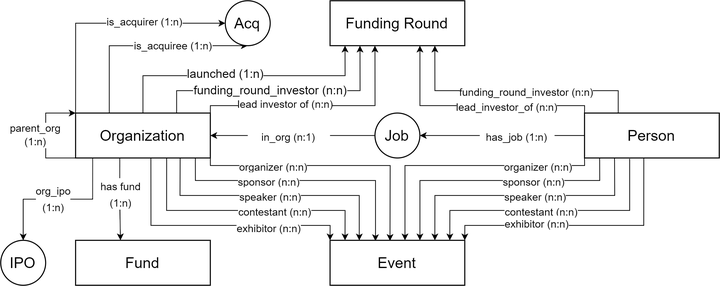
SilvesterYu/FinQA_Vis keeps this draw.io diagram as edited_graph_vis.drawio.png. Above is the earlier version. Source tidied: cells renumbered, new cells last; positions are measured from the earlier drawing's top-left corner, leaving out a move shared by most shapes. The source it was exported from:
```xml
<mxGraphModel>
  <root>
    <mxCell id="0" />
    <mxCell id="1" parent="0" />
    <mxCell id="2" style="endArrow=classic;html=1;rounded=0;exitX=0;exitY=0.5;exitDx=0;exitDy=0;entryX=1;entryY=0.5;entryDx=0;entryDy=0;startArrow=none;endSize=3;strokeWidth=0.5;" parent="1" edge="1" source="3" target="35">
      <mxGeometry relative="1" as="geometry" />
    </mxCell>
    <mxCell id="3" value="&lt;font style=&quot;&quot;&gt;&lt;font style=&quot;font-size: 7px;&quot;&gt;in_org (n:1)&lt;/font&gt;&lt;br&gt;&lt;/font&gt;" style="text;html=1;strokeColor=none;fillColor=none;align=center;verticalAlign=middle;whiteSpace=wrap;rounded=0;shadow=1;strokeWidth=0.5;" parent="1" vertex="1">
      <mxGeometry x="165" y="80" width="55" height="20" as="geometry" />
    </mxCell>
    <mxCell id="4" style="endArrow=none;html=1;rounded=0;exitX=0;exitY=0.5;exitDx=0;exitDy=0;entryX=1;entryY=0.5;entryDx=0;entryDy=0;endSize=3;strokeWidth=0.5;" parent="1" edge="1" source="8" target="3">
      <mxGeometry relative="1" as="geometry" />
    </mxCell>
    <mxCell id="5" value="&lt;font style=&quot;font-size: 10px;&quot;&gt;Funding Round&lt;/font&gt;" style="rounded=0;whiteSpace=wrap;html=1;strokeWidth=0.7;" parent="1" vertex="1">
      <mxGeometry x="220" width="90" height="30" as="geometry" />
    </mxCell>
    <mxCell id="6" style="edgeStyle=orthogonalEdgeStyle;rounded=0;jettySize=auto;html=1;exitX=0;exitY=0.5;exitDx=0;exitDy=0;entryX=1;entryY=0.5;entryDx=0;entryDy=0;startArrow=none;strokeWidth=0.5;endSize=3;" parent="1" edge="1" source="36" target="8">
      <mxGeometry relative="1" as="geometry" />
    </mxCell>
    <mxCell id="7" style="edgeStyle=orthogonalEdgeStyle;rounded=0;jettySize=auto;html=1;exitX=0;exitY=0.5;exitDx=0;exitDy=0;entryX=1;entryY=0.5;entryDx=0;entryDy=0;endArrow=none;strokeWidth=0.51;" parent="1" edge="1" source="52" target="36">
      <mxGeometry relative="1" as="geometry" />
    </mxCell>
    <mxCell id="8" value="&lt;font style=&quot;font-size: 10px;&quot;&gt;Job&lt;/font&gt;" style="ellipse;whiteSpace=wrap;html=1;strokeWidth=0.7;" parent="1" vertex="1">
      <mxGeometry x="250" y="75" width="30" height="30" as="geometry" />
    </mxCell>
    <mxCell id="9" style="edgeStyle=orthogonalEdgeStyle;rounded=0;jettySize=auto;html=1;exitX=1;exitY=0;exitDx=0;exitDy=0;entryX=0.333;entryY=1;entryDx=0;entryDy=0;entryPerimeter=0;endSize=3;strokeWidth=0.5;" parent="1" edge="1" source="35" target="5">
      <mxGeometry relative="1" as="geometry">
        <Array as="points">
          <mxPoint x="140" y="70" />
          <mxPoint x="250" y="70" />
        </Array>
      </mxGeometry>
    </mxCell>
    <mxCell id="10" value="&lt;font style=&quot;font-size: 7px;&quot;&gt;lead investor of (n:n)&lt;/font&gt;" style="edgeLabel;html=1;align=center;verticalAlign=middle;fontSize=9;" parent="9" vertex="1">
      <mxGeometry x="-0.48" y="2" relative="1" as="geometry">
        <mxPoint x="14" as="offset" />
      </mxGeometry>
    </mxCell>
    <mxCell id="11" style="edgeStyle=orthogonalEdgeStyle;rounded=0;jettySize=auto;html=1;exitX=0.75;exitY=0;exitDx=0;exitDy=0;entryX=0.222;entryY=1;entryDx=0;entryDy=0;entryPerimeter=0;strokeWidth=0.5;endSize=3;" parent="1" edge="1" source="35" target="5">
      <mxGeometry relative="1" as="geometry">
        <Array as="points">
          <mxPoint x="118" y="60" />
          <mxPoint x="240" y="60" />
        </Array>
      </mxGeometry>
    </mxCell>
    <mxCell id="12" value="&lt;font style=&quot;font-size: 8px;&quot;&gt;funding_round_investor (n:n)&lt;/font&gt;" style="edgeLabel;html=1;align=center;verticalAlign=middle;fontSize=8;" parent="11" vertex="1">
      <mxGeometry x="-0.52" y="2" relative="1" as="geometry">
        <mxPoint x="36" y="1" as="offset" />
      </mxGeometry>
    </mxCell>
    <mxCell id="13" style="edgeStyle=orthogonalEdgeStyle;rounded=0;jettySize=auto;html=1;exitX=0.5;exitY=0;exitDx=0;exitDy=0;entryX=0.111;entryY=1;entryDx=0;entryDy=0;entryPerimeter=0;endSize=3;strokeWidth=0.5;" parent="1" edge="1" source="35" target="5">
      <mxGeometry relative="1" as="geometry">
        <Array as="points">
          <mxPoint x="95" y="50" />
          <mxPoint x="230" y="50" />
        </Array>
      </mxGeometry>
    </mxCell>
    <mxCell id="14" value="&lt;font style=&quot;font-size: 8px;&quot;&gt;launched (1:n)&lt;/font&gt;" style="edgeLabel;html=1;align=center;verticalAlign=middle;fontSize=8;" parent="13" vertex="1">
      <mxGeometry x="-0.26" y="2" relative="1" as="geometry">
        <mxPoint x="13" as="offset" />
      </mxGeometry>
    </mxCell>
    <mxCell id="15" style="edgeStyle=orthogonalEdgeStyle;rounded=0;jettySize=auto;html=1;exitX=1;exitY=1;exitDx=0;exitDy=0;entryX=0.445;entryY=0.012;entryDx=0;entryDy=0;entryPerimeter=0;strokeWidth=0.5;endSize=3;" parent="1" edge="1" source="35" target="53">
      <mxGeometry relative="1" as="geometry">
        <Array as="points">
          <mxPoint x="140" y="110" />
          <mxPoint x="260" y="110" />
        </Array>
      </mxGeometry>
    </mxCell>
    <mxCell id="16" value="&lt;font style=&quot;font-size: 7px;&quot;&gt;organizer (n:n)&lt;/font&gt;" style="edgeLabel;html=1;align=center;verticalAlign=middle;fontSize=10;" parent="15" vertex="1">
      <mxGeometry x="-0.42" y="1" relative="1" as="geometry">
        <mxPoint x="-5" as="offset" />
      </mxGeometry>
    </mxCell>
    <mxCell id="17" style="edgeStyle=orthogonalEdgeStyle;rounded=0;jettySize=auto;html=1;exitX=0.889;exitY=1.001;exitDx=0;exitDy=0;entryX=0.337;entryY=0.017;entryDx=0;entryDy=0;entryPerimeter=0;exitPerimeter=0;strokeWidth=0.5;endSize=3;" parent="1" edge="1" source="35" target="53">
      <mxGeometry relative="1" as="geometry">
        <Array as="points">
          <mxPoint x="130" y="120" />
          <mxPoint x="250" y="120" />
        </Array>
      </mxGeometry>
    </mxCell>
    <mxCell id="18" value="&lt;font style=&quot;font-size: 7px;&quot;&gt;sponsor (n:n)&lt;/font&gt;" style="edgeLabel;html=1;align=center;verticalAlign=middle;fontSize=10;" parent="17" vertex="1">
      <mxGeometry x="-0.6" y="1" relative="1" as="geometry">
        <mxPoint x="28" as="offset" />
      </mxGeometry>
    </mxCell>
    <mxCell id="19" style="edgeStyle=orthogonalEdgeStyle;rounded=0;jettySize=auto;html=1;exitX=0.776;exitY=1.002;exitDx=0;exitDy=0;fontSize=10;exitPerimeter=0;entryX=0.217;entryY=0.002;entryDx=0;entryDy=0;entryPerimeter=0;strokeWidth=0.5;endSize=3;" parent="1" edge="1" source="35" target="53">
      <mxGeometry relative="1" as="geometry">
        <Array as="points">
          <mxPoint x="120" y="130" />
          <mxPoint x="239" y="130" />
        </Array>
      </mxGeometry>
    </mxCell>
    <mxCell id="20" value="&lt;font style=&quot;font-size: 7px;&quot;&gt;speaker (n:n)&lt;/font&gt;" style="edgeLabel;html=1;align=center;verticalAlign=middle;fontSize=10;" parent="19" vertex="1">
      <mxGeometry x="-0.18" y="1" relative="1" as="geometry">
        <mxPoint x="13" as="offset" />
      </mxGeometry>
    </mxCell>
    <mxCell id="21" style="edgeStyle=orthogonalEdgeStyle;rounded=0;jettySize=auto;html=1;exitX=0.559;exitY=1.007;exitDx=0;exitDy=0;entryX=0;entryY=0;entryDx=0;entryDy=0;fontSize=10;exitPerimeter=0;strokeWidth=0.5;endSize=3;" parent="1" edge="1" source="35" target="53">
      <mxGeometry relative="1" as="geometry">
        <Array as="points">
          <mxPoint x="100" y="150" />
          <mxPoint x="220" y="150" />
        </Array>
      </mxGeometry>
    </mxCell>
    <mxCell id="22" value="&lt;font style=&quot;font-size: 7px;&quot;&gt;exhibitor (n:n)&lt;/font&gt;" style="edgeLabel;html=1;align=center;verticalAlign=middle;fontSize=10;" parent="21" vertex="1">
      <mxGeometry x="0.33" y="1" relative="1" as="geometry">
        <mxPoint x="7" y="1" as="offset" />
      </mxGeometry>
    </mxCell>
    <mxCell id="23" style="edgeStyle=orthogonalEdgeStyle;rounded=0;jettySize=auto;html=1;exitX=0.676;exitY=0.993;exitDx=0;exitDy=0;entryX=0.111;entryY=0;entryDx=0;entryDy=0;entryPerimeter=0;fontSize=9;exitPerimeter=0;strokeWidth=0.5;endSize=3;" parent="1" edge="1" source="35" target="53">
      <mxGeometry relative="1" as="geometry">
        <Array as="points">
          <mxPoint x="111" y="140" />
          <mxPoint x="230" y="140" />
        </Array>
      </mxGeometry>
    </mxCell>
    <mxCell id="24" value="&lt;font style=&quot;font-size: 7px;&quot;&gt;contestant (n:n)&lt;/font&gt;" style="edgeLabel;html=1;align=center;verticalAlign=middle;fontSize=9;" parent="23" vertex="1">
      <mxGeometry x="-0.09" relative="1" as="geometry">
        <mxPoint x="28" as="offset" />
      </mxGeometry>
    </mxCell>
    <mxCell id="25" style="edgeStyle=orthogonalEdgeStyle;rounded=0;jettySize=auto;html=1;exitX=0.328;exitY=1.007;exitDx=0;exitDy=0;entryX=0.333;entryY=0;entryDx=0;entryDy=0;entryPerimeter=0;fontSize=9;exitPerimeter=0;strokeWidth=0.51;endSize=3;" parent="1" edge="1" source="35" target="37">
      <mxGeometry relative="1" as="geometry" />
    </mxCell>
    <mxCell id="26" value="&lt;font style=&quot;font-size: 7px;&quot;&gt;has fund&lt;br&gt;(1:n)&lt;/font&gt;" style="edgeLabel;html=1;align=center;verticalAlign=middle;fontSize=9;" parent="25" vertex="1">
      <mxGeometry x="-0.15" relative="1" as="geometry" />
    </mxCell>
    <mxCell id="27" style="edgeStyle=orthogonalEdgeStyle;rounded=0;jettySize=auto;html=1;exitX=0.127;exitY=1.004;exitDx=0;exitDy=0;entryX=0.5;entryY=0;entryDx=0;entryDy=0;fontSize=9;exitPerimeter=0;strokeWidth=0.5;endSize=3;" parent="1" edge="1" source="35" target="55">
      <mxGeometry relative="1" as="geometry" />
    </mxCell>
    <mxCell id="28" value="&lt;font style=&quot;font-size: 7px;&quot;&gt;org_ipo&lt;br&gt;(1:n)&lt;/font&gt;" style="edgeLabel;html=1;align=center;verticalAlign=middle;fontSize=9;" parent="27" vertex="1">
      <mxGeometry x="0.16" y="-1" relative="1" as="geometry">
        <mxPoint x="5" as="offset" />
      </mxGeometry>
    </mxCell>
    <mxCell id="29" style="edgeStyle=orthogonalEdgeStyle;rounded=0;jettySize=auto;html=1;exitX=0.25;exitY=0;exitDx=0;exitDy=0;entryX=0.5;entryY=1;entryDx=0;entryDy=0;fontSize=9;endSize=3;strokeWidth=0.5;" parent="1" edge="1" source="35" target="54">
      <mxGeometry relative="1" as="geometry">
        <Array as="points">
          <mxPoint x="73" y="30" />
        </Array>
      </mxGeometry>
    </mxCell>
    <mxCell id="30" value="is_acquiree (1:n)" style="edgeLabel;html=1;align=center;verticalAlign=middle;fontSize=7;" parent="29" vertex="1">
      <mxGeometry x="-0.08" y="2" relative="1" as="geometry">
        <mxPoint x="23" y="2" as="offset" />
      </mxGeometry>
    </mxCell>
    <mxCell id="31" style="edgeStyle=orthogonalEdgeStyle;rounded=0;jettySize=auto;html=1;exitX=0;exitY=0;exitDx=0;exitDy=0;entryX=0;entryY=0.5;entryDx=0;entryDy=0;fontSize=9;endSize=3;strokeWidth=0.5;" parent="1" edge="1" source="35" target="54">
      <mxGeometry relative="1" as="geometry" />
    </mxCell>
    <mxCell id="32" value="is_acquirer (1:n)" style="edgeLabel;html=1;align=center;verticalAlign=middle;fontSize=7;" parent="31" vertex="1">
      <mxGeometry x="0.09" y="3" relative="1" as="geometry">
        <mxPoint x="18" y="3" as="offset" />
      </mxGeometry>
    </mxCell>
    <mxCell id="33" style="edgeStyle=orthogonalEdgeStyle;rounded=0;orthogonalLoop=1;jettySize=auto;html=1;exitX=0;exitY=1;exitDx=0;exitDy=0;fontSize=9;entryX=0;entryY=0;entryDx=0;entryDy=0;endSize=3;strokeWidth=0.5;" parent="1" edge="1" source="35" target="35">
      <mxGeometry relative="1" as="geometry">
        <Array as="points">
          <mxPoint x="30" y="105" />
          <mxPoint x="30" y="75" />
        </Array>
      </mxGeometry>
    </mxCell>
    <mxCell id="34" value="parent_org&lt;br style=&quot;font-size: 7px;&quot;&gt;(1:n)" style="edgeLabel;html=1;align=center;verticalAlign=middle;fontSize=7;" parent="33" vertex="1">
      <mxGeometry x="-0.13" y="-1" relative="1" as="geometry">
        <mxPoint x="-9" y="-5" as="offset" />
      </mxGeometry>
    </mxCell>
    <mxCell id="35" value="Organization" style="rounded=0;whiteSpace=wrap;html=1;fontSize=10;strokeWidth=0.7;" parent="1" vertex="1">
      <mxGeometry x="50" y="75" width="90" height="30" as="geometry" />
    </mxCell>
    <mxCell id="36" value="&lt;font style=&quot;&quot;&gt;&lt;font style=&quot;font-size: 7px;&quot;&gt;has_job (1:n)&lt;/font&gt;&lt;br&gt;&lt;/font&gt;" style="text;html=1;strokeColor=none;fillColor=none;align=center;verticalAlign=middle;whiteSpace=wrap;rounded=0;" parent="1" vertex="1">
      <mxGeometry x="320" y="75" width="50" height="30" as="geometry" />
    </mxCell>
    <mxCell id="37" value="&lt;font style=&quot;font-size: 10px;&quot;&gt;Fund&lt;/font&gt;" style="rounded=0;whiteSpace=wrap;html=1;strokeWidth=0.7;" parent="1" vertex="1">
      <mxGeometry x="50" y="160" width="90" height="30" as="geometry" />
    </mxCell>
    <mxCell id="38" style="edgeStyle=orthogonalEdgeStyle;rounded=0;jettySize=auto;html=1;exitX=0;exitY=0;exitDx=0;exitDy=0;entryX=0.667;entryY=1;entryDx=0;entryDy=0;entryPerimeter=0;strokeWidth=0.5;endSize=3;" parent="1" edge="1" source="52" target="5">
      <mxGeometry relative="1" as="geometry">
        <Array as="points">
          <mxPoint x="390" y="70" />
          <mxPoint x="280" y="70" />
        </Array>
      </mxGeometry>
    </mxCell>
    <mxCell id="39" value="&lt;font style=&quot;font-size: 7px;&quot;&gt;lead_investor_of (n:n)&lt;/font&gt;" style="edgeLabel;html=1;align=center;verticalAlign=middle;fontSize=10;" parent="38" vertex="1">
      <mxGeometry x="-0.09" relative="1" as="geometry">
        <mxPoint x="13" y="-1" as="offset" />
      </mxGeometry>
    </mxCell>
    <mxCell id="40" style="edgeStyle=orthogonalEdgeStyle;rounded=0;jettySize=auto;html=1;exitX=0.25;exitY=0;exitDx=0;exitDy=0;entryX=0.778;entryY=1;entryDx=0;entryDy=0;entryPerimeter=0;strokeWidth=0.5;endSize=3;" parent="1" edge="1" source="52" target="5">
      <mxGeometry relative="1" as="geometry">
        <Array as="points">
          <mxPoint x="413" y="60" />
          <mxPoint x="290" y="60" />
        </Array>
      </mxGeometry>
    </mxCell>
    <mxCell id="41" value="&lt;font style=&quot;font-size: 7px;&quot;&gt;funding_round_investor (n:n)&lt;/font&gt;" style="edgeLabel;html=1;align=center;verticalAlign=middle;fontSize=10;" parent="40" vertex="1">
      <mxGeometry x="-0.39" y="-1" relative="1" as="geometry">
        <mxPoint x="-26" as="offset" />
      </mxGeometry>
    </mxCell>
    <mxCell id="42" style="edgeStyle=orthogonalEdgeStyle;rounded=0;jettySize=auto;html=1;exitX=0;exitY=1;exitDx=0;exitDy=0;entryX=0.556;entryY=0;entryDx=0;entryDy=0;entryPerimeter=0;fontSize=9;endSize=3;strokeWidth=0.5;" parent="1" edge="1" source="52" target="53">
      <mxGeometry relative="1" as="geometry">
        <Array as="points">
          <mxPoint x="390" y="110" />
          <mxPoint x="270" y="110" />
        </Array>
      </mxGeometry>
    </mxCell>
    <mxCell id="43" value="&lt;font style=&quot;font-size: 7px;&quot;&gt;organizer (n:n)&lt;/font&gt;" style="edgeLabel;html=1;align=center;verticalAlign=middle;fontSize=9;" parent="42" vertex="1">
      <mxGeometry x="-0.18" relative="1" as="geometry">
        <mxPoint x="35" as="offset" />
      </mxGeometry>
    </mxCell>
    <mxCell id="44" style="edgeStyle=orthogonalEdgeStyle;rounded=0;jettySize=auto;html=1;exitX=0.112;exitY=1.007;exitDx=0;exitDy=0;entryX=0.667;entryY=0;entryDx=0;entryDy=0;entryPerimeter=0;fontSize=9;exitPerimeter=0;endSize=3;strokeWidth=0.5;" parent="1" edge="1" source="52" target="53">
      <mxGeometry relative="1" as="geometry">
        <Array as="points">
          <mxPoint x="400" y="120" />
          <mxPoint x="280" y="120" />
        </Array>
      </mxGeometry>
    </mxCell>
    <mxCell id="45" value="&lt;font style=&quot;font-size: 7px;&quot;&gt;sponsor (n:n)&lt;/font&gt;" style="edgeLabel;html=1;align=center;verticalAlign=middle;fontSize=9;" parent="44" vertex="1">
      <mxGeometry x="0.29" relative="1" as="geometry">
        <mxPoint x="54" as="offset" />
      </mxGeometry>
    </mxCell>
    <mxCell id="46" style="edgeStyle=orthogonalEdgeStyle;rounded=0;jettySize=auto;html=1;exitX=0.223;exitY=0.99;exitDx=0;exitDy=0;entryX=0.778;entryY=0;entryDx=0;entryDy=0;entryPerimeter=0;fontSize=9;exitPerimeter=0;endSize=3;strokeWidth=0.5;" parent="1" edge="1" source="52" target="53">
      <mxGeometry relative="1" as="geometry">
        <Array as="points">
          <mxPoint x="410" y="130" />
          <mxPoint x="290" y="130" />
        </Array>
      </mxGeometry>
    </mxCell>
    <mxCell id="47" value="&lt;font style=&quot;font-size: 7px;&quot;&gt;speaker (n:n)&lt;/font&gt;" style="edgeLabel;html=1;align=center;verticalAlign=middle;fontSize=9;" parent="46" vertex="1">
      <mxGeometry x="0.31" relative="1" as="geometry">
        <mxPoint x="35" as="offset" />
      </mxGeometry>
    </mxCell>
    <mxCell id="48" style="edgeStyle=orthogonalEdgeStyle;rounded=0;jettySize=auto;html=1;exitX=0.335;exitY=1.019;exitDx=0;exitDy=0;entryX=0.889;entryY=0;entryDx=0;entryDy=0;entryPerimeter=0;fontSize=9;exitPerimeter=0;endSize=3;strokeWidth=0.5;" parent="1" edge="1" source="52" target="53">
      <mxGeometry relative="1" as="geometry">
        <Array as="points">
          <mxPoint x="420" y="140" />
          <mxPoint x="300" y="140" />
        </Array>
      </mxGeometry>
    </mxCell>
    <mxCell id="49" value="&lt;font style=&quot;font-size: 7px;&quot;&gt;contestant (n:n)&lt;/font&gt;" style="edgeLabel;html=1;align=center;verticalAlign=middle;fontSize=9;" parent="48" vertex="1">
      <mxGeometry x="0.61" relative="1" as="geometry">
        <mxPoint x="46" as="offset" />
      </mxGeometry>
    </mxCell>
    <mxCell id="50" style="edgeStyle=orthogonalEdgeStyle;rounded=0;jettySize=auto;html=1;exitX=0.44;exitY=1.011;exitDx=0;exitDy=0;entryX=1;entryY=0;entryDx=0;entryDy=0;fontSize=9;exitPerimeter=0;endSize=3;strokeWidth=0.5;" parent="1" edge="1" source="52" target="53">
      <mxGeometry relative="1" as="geometry">
        <Array as="points">
          <mxPoint x="430" y="150" />
          <mxPoint x="310" y="150" />
        </Array>
      </mxGeometry>
    </mxCell>
    <mxCell id="51" value="&lt;font style=&quot;font-size: 7px;&quot;&gt;exhibitor (n:n)&lt;/font&gt;" style="edgeLabel;html=1;align=center;verticalAlign=middle;fontSize=9;" parent="50" vertex="1">
      <mxGeometry x="0.56" y="-2" relative="1" as="geometry">
        <mxPoint x="18" as="offset" />
      </mxGeometry>
    </mxCell>
    <mxCell id="52" value="&lt;font style=&quot;font-size: 10px;&quot;&gt;Person&lt;/font&gt;" style="rounded=0;whiteSpace=wrap;html=1;strokeWidth=0.7;" parent="1" vertex="1">
      <mxGeometry x="390" y="75" width="90" height="30" as="geometry" />
    </mxCell>
    <mxCell id="53" value="&lt;font style=&quot;font-size: 10px;&quot;&gt;Event&lt;/font&gt;" style="rounded=0;whiteSpace=wrap;html=1;strokeWidth=0.7;" parent="1" vertex="1">
      <mxGeometry x="220" y="160" width="90" height="30" as="geometry" />
    </mxCell>
    <mxCell id="54" value="Acq" style="ellipse;whiteSpace=wrap;html=1;fontSize=10;strokeWidth=0.7;" parent="1" vertex="1">
      <mxGeometry x="150" width="30" height="30" as="geometry" />
    </mxCell>
    <mxCell id="55" value="&lt;font style=&quot;font-size: 10px;&quot;&gt;IPO&lt;/font&gt;" style="ellipse;whiteSpace=wrap;html=1;strokeWidth=0.7;" parent="1" vertex="1">
      <mxGeometry y="160" width="30" height="30" as="geometry" />
    </mxCell>
  </root>
</mxGraphModel>
```
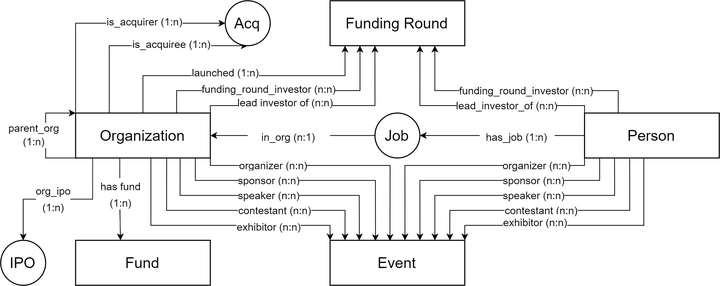
The same diagram one commit later.

Change to the diagram source:
```diff
@@ -44,7 +44,7 @@
         </Array>
       </mxGeometry>
     </mxCell>
-    <mxCell id="12" value="&lt;font style=&quot;font-size: 8px;&quot;&gt;funding_round_investor (n:n)&lt;/font&gt;" style="edgeLabel;html=1;align=center;verticalAlign=middle;fontSize=8;" parent="11" vertex="1">
+    <mxCell id="12" value="&lt;font style=&quot;font-size: 7px;&quot;&gt;funding_round_investor (n:n)&lt;/font&gt;" style="edgeLabel;html=1;align=center;verticalAlign=middle;fontSize=8;" parent="11" vertex="1">
       <mxGeometry x="-0.52" y="2" relative="1" as="geometry">
         <mxPoint x="36" y="1" as="offset" />
       </mxGeometry>
@@ -57,7 +57,7 @@
         </Array>
       </mxGeometry>
     </mxCell>
-    <mxCell id="14" value="&lt;font style=&quot;font-size: 8px;&quot;&gt;launched (1:n)&lt;/font&gt;" style="edgeLabel;html=1;align=center;verticalAlign=middle;fontSize=8;" parent="13" vertex="1">
+    <mxCell id="14" value="&lt;font style=&quot;font-size: 7px;&quot;&gt;launched (1:n)&lt;/font&gt;" style="edgeLabel;html=1;align=center;verticalAlign=middle;fontSize=8;" parent="13" vertex="1">
       <mxGeometry x="-0.26" y="2" relative="1" as="geometry">
         <mxPoint x="13" as="offset" />
       </mxGeometry>
```
